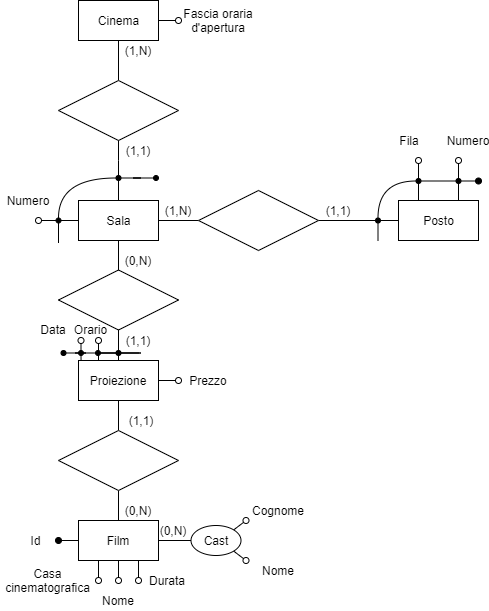
This is docs/media/er_diagrams/er_4.png from buracchi/cinema-management-system, a draw.io export, as it was before one commit. Source tidied: cells renumbered, new cells last; positions are measured from the earlier drawing's top-left corner, leaving out a move shared by most shapes.
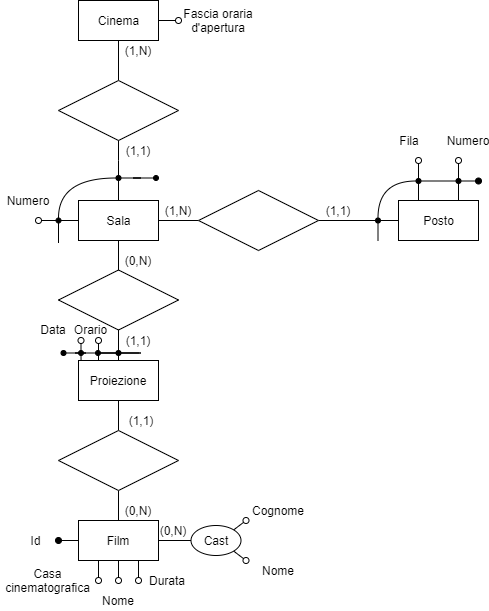
After the change.

Diff of the diagram source:
```diff
@@ -56,9 +56,6 @@
     <mxCell id="16" value="Numero" style="text;html=1;strokeColor=none;fillColor=none;align=center;verticalAlign=middle;whiteSpace=wrap;sketch=0;" parent="1" vertex="1">
       <mxGeometry x="8" y="190" width="40" height="20" as="geometry" />
     </mxCell>
-    <mxCell id="17" value="Prezzo" style="text;html=1;strokeColor=none;fillColor=none;align=center;verticalAlign=middle;whiteSpace=wrap;sketch=0;" parent="1" vertex="1">
-      <mxGeometry x="188" y="370" width="40" height="20" as="geometry" />
-    </mxCell>
     <mxCell id="18" value="Data" style="text;html=1;strokeColor=none;fillColor=none;align=center;verticalAlign=middle;whiteSpace=wrap;sketch=0;" parent="1" vertex="1">
       <mxGeometry x="38" y="318.5" width="30" height="20" as="geometry" />
     </mxCell>
@@ -79,11 +76,6 @@
         <mxPoint x="98" y="340" as="targetPoint" />
       </mxGeometry>
     </mxCell>
-    <mxCell id="24" style="edgeStyle=orthogonalEdgeStyle;rounded=0;jettySize=auto;html=1;exitX=1;exitY=0.5;exitDx=0;exitDy=0;endArrow=oval;endFill=0;" parent="1" edge="1" source="26">
-      <mxGeometry relative="1" as="geometry">
-        <mxPoint x="178" y="380" as="targetPoint" />
-      </mxGeometry>
-    </mxCell>
     <mxCell id="25" style="edgeStyle=orthogonalEdgeStyle;rounded=0;jettySize=auto;html=1;entryX=0.5;entryY=0;entryDx=0;entryDy=0;endArrow=none;endFill=0;" parent="1" edge="1" source="26" target="69">
       <mxGeometry relative="1" as="geometry" />
     </mxCell>
```
